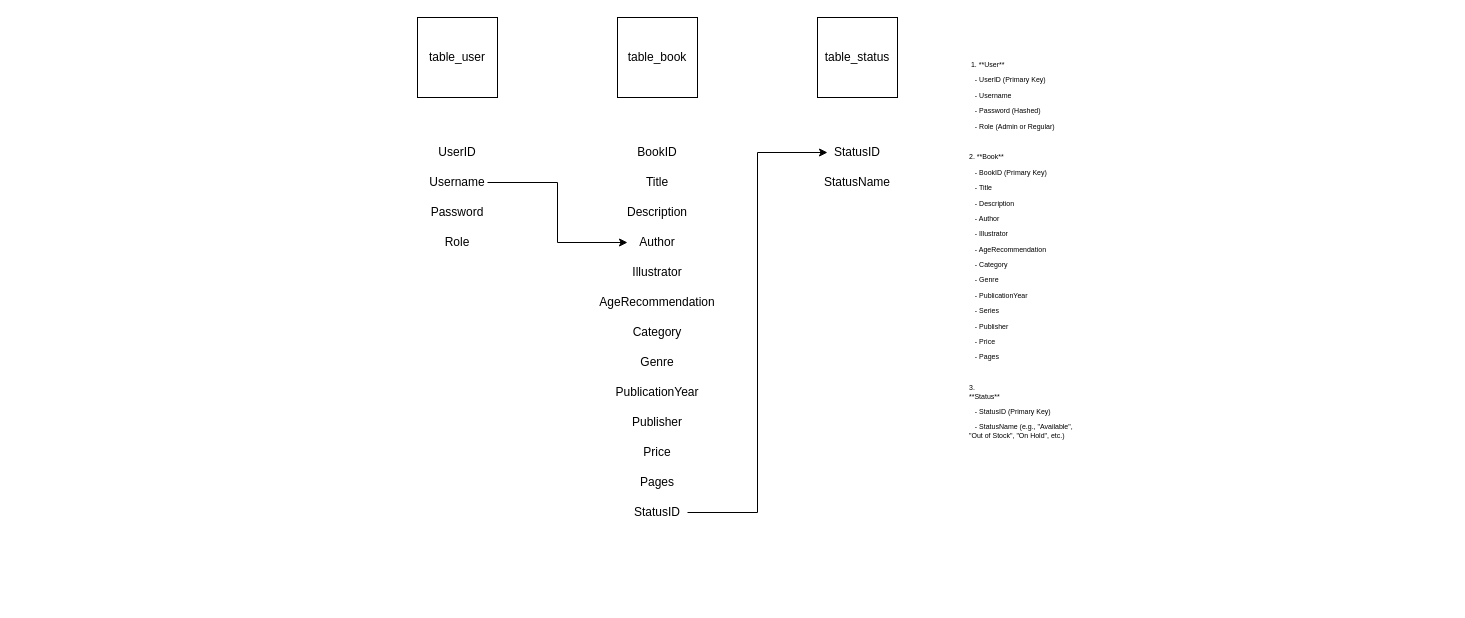
Before: databas Diagram.drawio in RoyHagstrom/Bokhandel, a draw.io diagram. Source tidied: cells renumbered, new cells numbered last; positions are measured from the earlier drawing's top-left corner, leaving out a move shared by most shapes. Both pictures are drawn from the tidied source at 100%, with x=0, y=0 at pixel (417, 17).
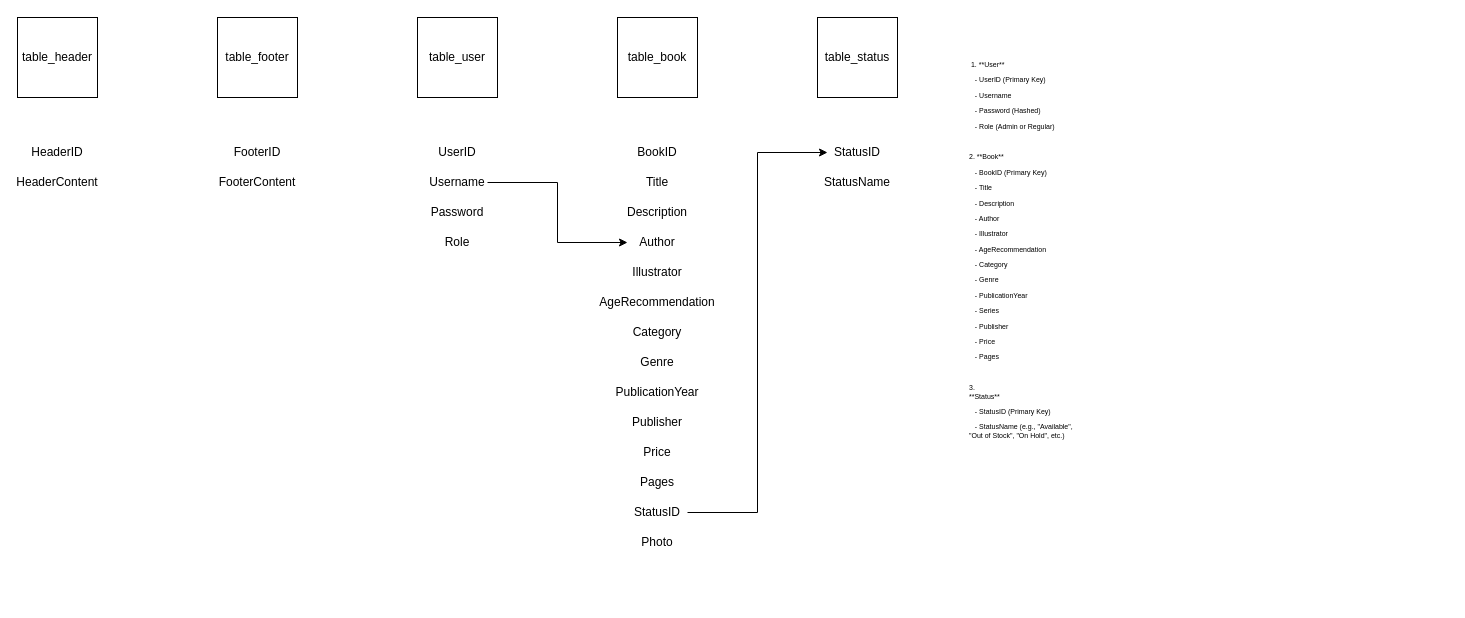
After the change.

Change to the diagram source:
```diff
@@
+    <mxCell id="27" value="Photo" style="text;html=1;align=center;verticalAlign=middle;whiteSpace=wrap;rounded=0;" parent="1" vertex="1">
+      <mxGeometry x="210" y="510" width="60" height="30" as="geometry" />
+    </mxCell>
+    <mxCell id="28" value="table_footer" style="whiteSpace=wrap;html=1;" parent="1" vertex="1">
+      <mxGeometry x="-200" width="80" height="80" as="geometry" />
+    </mxCell>
+    <mxCell id="29" value="table_header" style="whiteSpace=wrap;html=1;" parent="1" vertex="1">
+      <mxGeometry x="-400" width="80" height="80" as="geometry" />
+    </mxCell>
+    <mxCell id="30" value="FooterID" style="text;html=1;align=center;verticalAlign=middle;whiteSpace=wrap;rounded=0;" parent="1" vertex="1">
+      <mxGeometry x="-190" y="120" width="60" height="30" as="geometry" />
+    </mxCell>
+    <mxCell id="31" value="HeaderID" style="text;html=1;align=center;verticalAlign=middle;whiteSpace=wrap;rounded=0;" parent="1" vertex="1">
+      <mxGeometry x="-390" y="120" width="60" height="30" as="geometry" />
+    </mxCell>
+    <mxCell id="32" value="FooterContent" style="text;html=1;align=center;verticalAlign=middle;whiteSpace=wrap;rounded=0;" parent="1" vertex="1">
+      <mxGeometry x="-190" y="150" width="60" height="30" as="geometry" />
+    </mxCell>
+    <mxCell id="33" value="HeaderContent" style="text;html=1;align=center;verticalAlign=middle;whiteSpace=wrap;rounded=0;" parent="1" vertex="1">
+      <mxGeometry x="-390" y="150" width="60" height="30" as="geometry" />
+    </mxCell>
```
